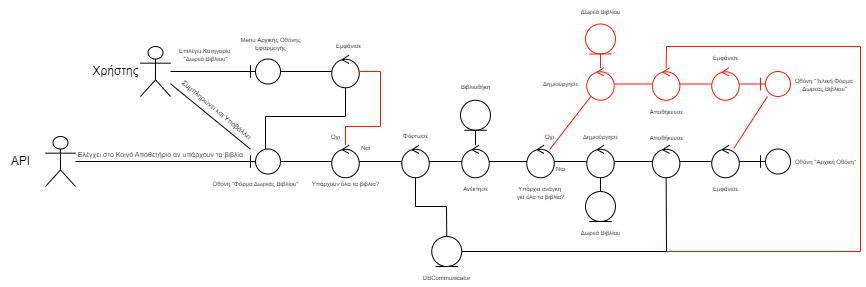
Above: 2nd Assignment/Robustness Diagrams/Robustness-Diagram-v0.1-Δωρεά Βιβλίου.png in CallMeJasonYT/LibraVision (draw.io), before the change. Source tidied: cells renumbered, new cells last; positions are measured from the earlier drawing's top-left corner, leaving out a move shared by most shapes.
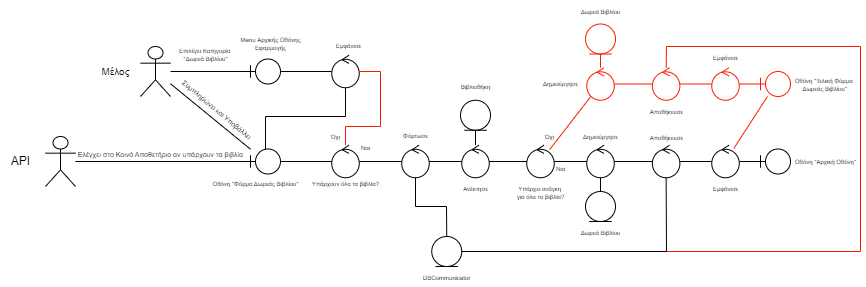
Later version of the same file.

Commit message:
Robustness-Diagram-v0.1-Δωρεά Βιβλίου

The edit, as a diff of the source:
```diff
@@ -5,8 +5,8 @@
     <mxCell id="2" style="shape=umlActor;verticalLabelPosition=bottom;verticalAlign=top;html=1;" parent="1" vertex="1">
       <mxGeometry x="140" y="46" width="30" height="50" as="geometry" />
     </mxCell>
-    <mxCell id="3" value="Χρήστης" style="text;html=1;align=center;verticalAlign=middle;strokeColor=none;fillColor=none;" parent="1" vertex="1">
-      <mxGeometry x="80" y="56" width="70" height="30" as="geometry" />
+    <mxCell id="3" value="&lt;span style=&quot;font-size: 10px;&quot;&gt;Μέλος&lt;/span&gt;" style="text;html=1;align=center;verticalAlign=middle;strokeColor=none;fillColor=none;" parent="1" vertex="1">
+      <mxGeometry x="90" y="56" width="50" height="30" as="geometry" />
     </mxCell>
     <mxCell id="4" style="shape=umlBoundary;whiteSpace=wrap;html=1;fontSize=10;" parent="1" vertex="1">
       <mxGeometry x="250" y="58.5" width="30" height="25" as="geometry" />
```
